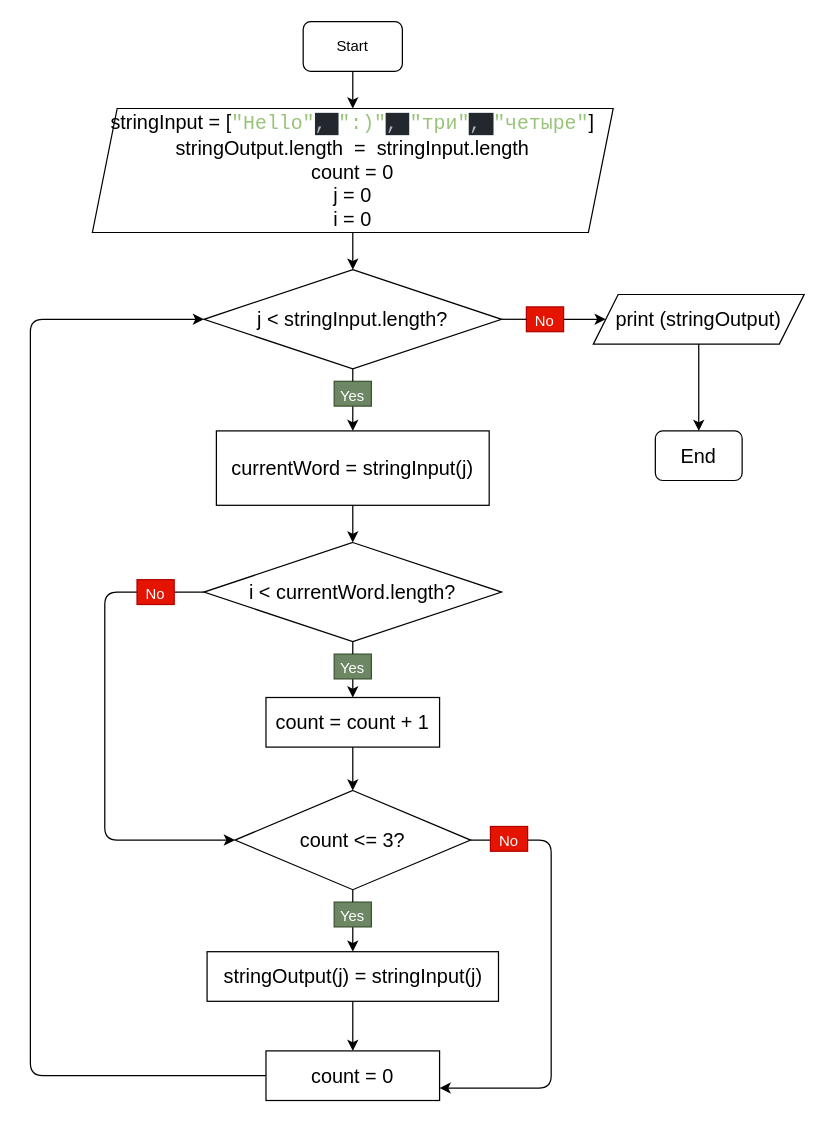
Gaiah/Verification_Work keeps this draw.io diagram as flowchart.drawio. Above is the earlier version. Source tidied: cells renumbered, new cells numbered last; positions are measured from the earlier drawing's top-left corner, leaving out a move shared by most shapes. Both pictures are drawn from the tidied source at 124%, with x=0, y=0 at pixel (30, 21).
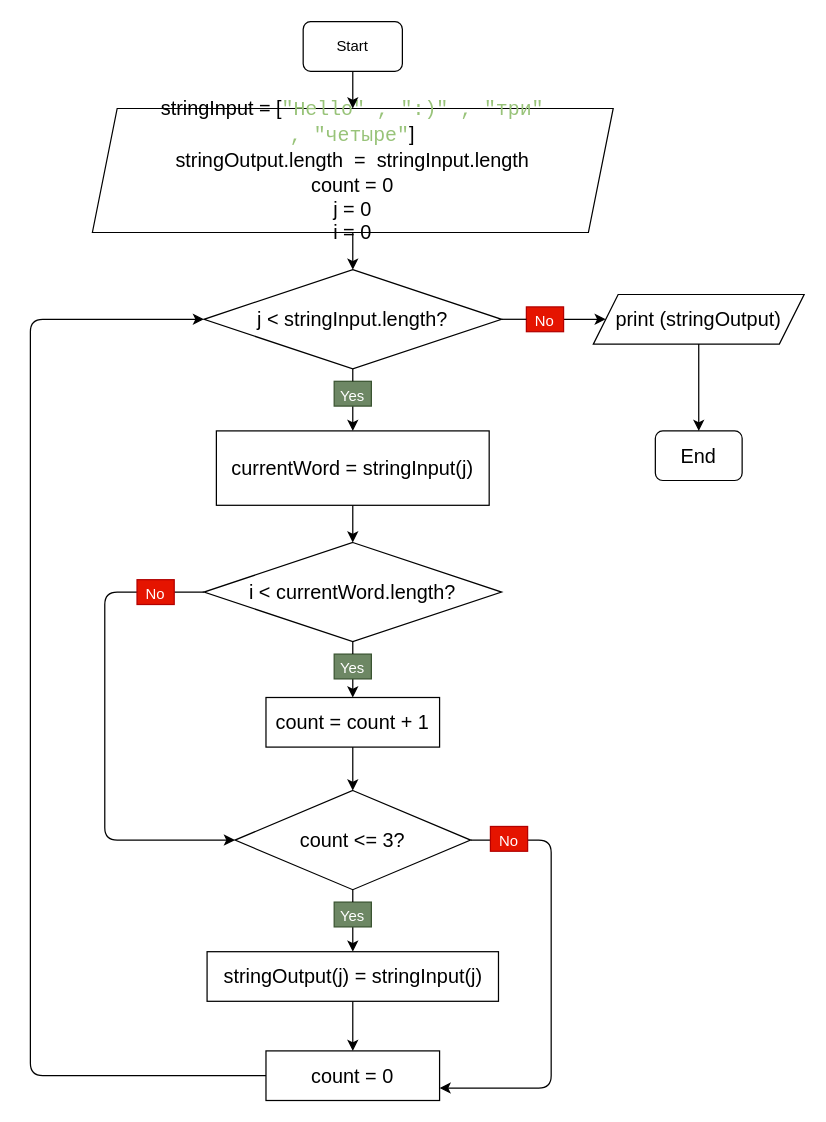
After the change.

The edit, as a diff of the source:
```diff
@@
-    <mxCell id="3" value="&lt;font style=&quot;font-size: 16px&quot;&gt;&lt;font style=&quot;font-size: 16px&quot;&gt;stringInput = [&lt;span style=&quot;font-family: &amp;#34;consolas&amp;#34; , &amp;#34;courier new&amp;#34; , monospace ; color: rgb(152 , 195 , 121)&quot;&gt;&quot;Hello&quot;&lt;/span&gt;&lt;span style=&quot;background-color: rgb(35 , 39 , 46) ; color: rgb(171 , 178 , 191) ; font-family: &amp;#34;consolas&amp;#34; , &amp;#34;courier new&amp;#34; , monospace&quot;&gt;, &lt;/span&gt;&lt;span style=&quot;font-family: &amp;#34;consolas&amp;#34; , &amp;#34;courier new&amp;#34; , monospace ; color: rgb(152 , 195 , 121)&quot;&gt;&quot;:)&quot;&lt;/span&gt;&lt;span style=&quot;background-color: rgb(35 , 39 , 46) ; color: rgb(171 , 178 , 191) ; font-family: &amp;#34;consolas&amp;#34; , &amp;#34;courier new&amp;#34; , monospace&quot;&gt;, &lt;/span&gt;&lt;span style=&quot;font-family: &amp;#34;consolas&amp;#34; , &amp;#34;courier new&amp;#34; , monospace ; color: rgb(152 , 195 , 121)&quot;&gt;&quot;три&quot;&lt;/span&gt;&lt;span style=&quot;background-color: rgb(35 , 39 , 46) ; color: rgb(171 , 178 , 191) ; font-family: &amp;#34;consolas&amp;#34; , &amp;#34;courier new&amp;#34; , monospace&quot;&gt;, &lt;/span&gt;&lt;span style=&quot;font-family: &amp;#34;consolas&amp;#34; , &amp;#34;courier new&amp;#34; , monospace ; color: rgb(152 , 195 , 121)&quot;&gt;&quot;четыре&quot;&lt;/span&gt;&lt;/font&gt;&lt;font style=&quot;font-size: 16px&quot;&gt;]&lt;br&gt;stringOutput.length&amp;nbsp; =&amp;nbsp; stringInput.length&lt;br&gt;count = 0&lt;br&gt;j = 0&lt;br&gt;i = 0&lt;br&gt;&lt;/font&gt;&lt;/font&gt;" style="shape=parallelogram;perimeter=parallelogramPerimeter;whiteSpace=wrap;html=1;fixedSize=1;" parent="1" vertex="1">
+    <mxCell id="3" value="&lt;font style=&quot;font-size: 16px&quot;&gt;&lt;font style=&quot;font-size: 16px&quot;&gt;stringInput = [&lt;span style=&quot;font-family: &amp;quot;consolas&amp;quot; , &amp;quot;courier new&amp;quot; , monospace ; color: rgb(152 , 195 , 121)&quot;&gt;&quot;Hello&quot; ,&amp;nbsp;&lt;/span&gt;&lt;span style=&quot;font-family: &amp;quot;consolas&amp;quot; , &amp;quot;courier new&amp;quot; , monospace ; color: rgb(152 , 195 , 121)&quot;&gt;&quot;:)&quot; ,&amp;nbsp;&lt;/span&gt;&lt;span style=&quot;font-family: &amp;quot;consolas&amp;quot; , &amp;quot;courier new&amp;quot; , monospace ; color: rgb(152 , 195 , 121)&quot;&gt;&quot;три&quot; ,&amp;nbsp;&lt;/span&gt;&lt;span style=&quot;font-family: &amp;quot;consolas&amp;quot; , &amp;quot;courier new&amp;quot; , monospace ; color: rgb(152 , 195 , 121)&quot;&gt;&quot;четыре&quot;&lt;/span&gt;&lt;/font&gt;&lt;font style=&quot;font-size: 16px&quot;&gt;]&lt;br&gt;stringOutput.length&amp;nbsp; =&amp;nbsp; stringInput.length&lt;br&gt;count = 0&lt;br&gt;j = 0&lt;br&gt;i = 0&lt;br&gt;&lt;/font&gt;&lt;/font&gt;" style="shape=parallelogram;perimeter=parallelogramPerimeter;whiteSpace=wrap;html=1;fixedSize=1;" parent="1" vertex="1">
       <mxGeometry x="50" y="70" width="420" height="100" as="geometry" />
     </mxCell>
```
